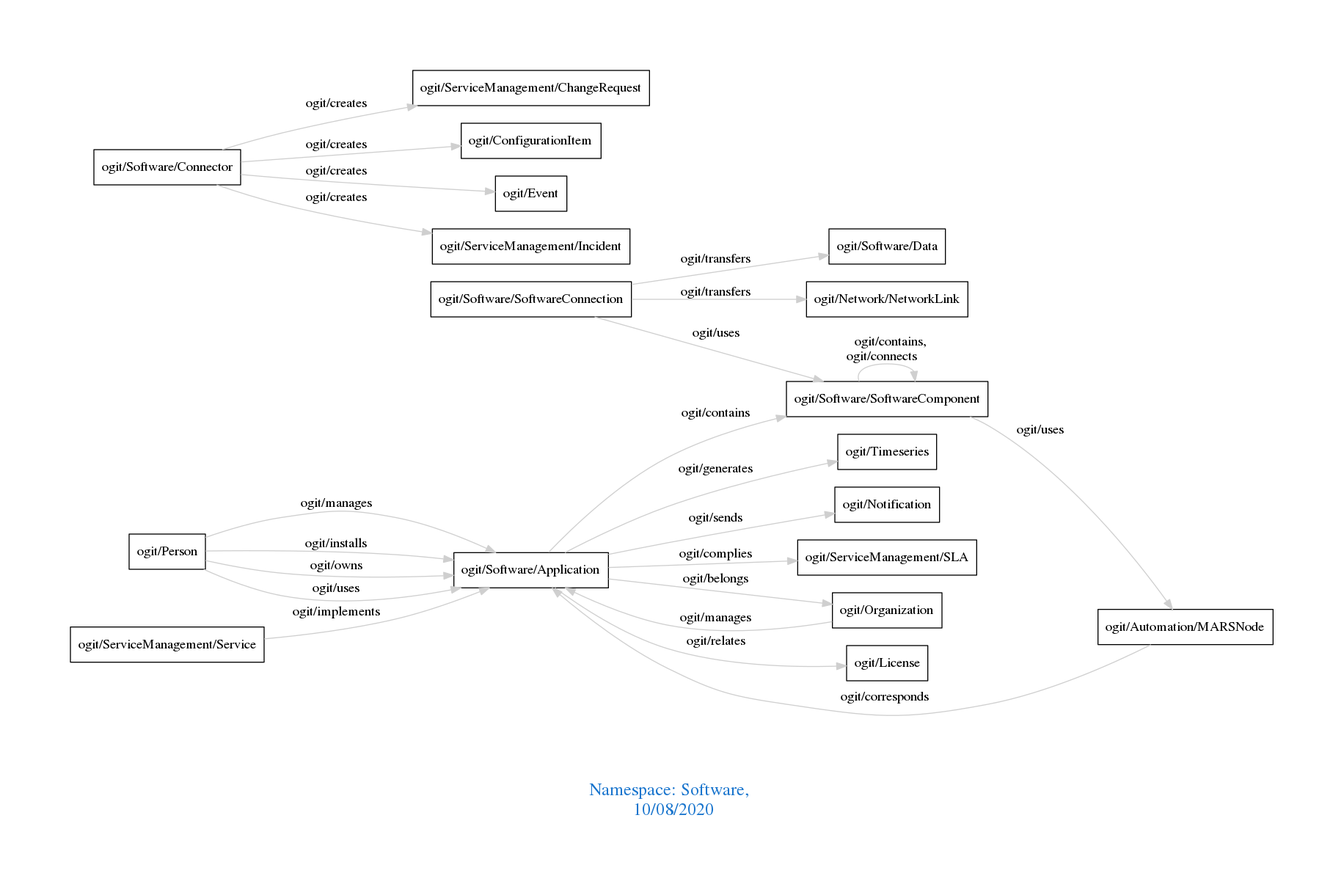
This is downloads/Software.png from arago/OGIT, a Graphviz export, as it was before one commit. Its source is kept beside it as downloads/Software.dot.
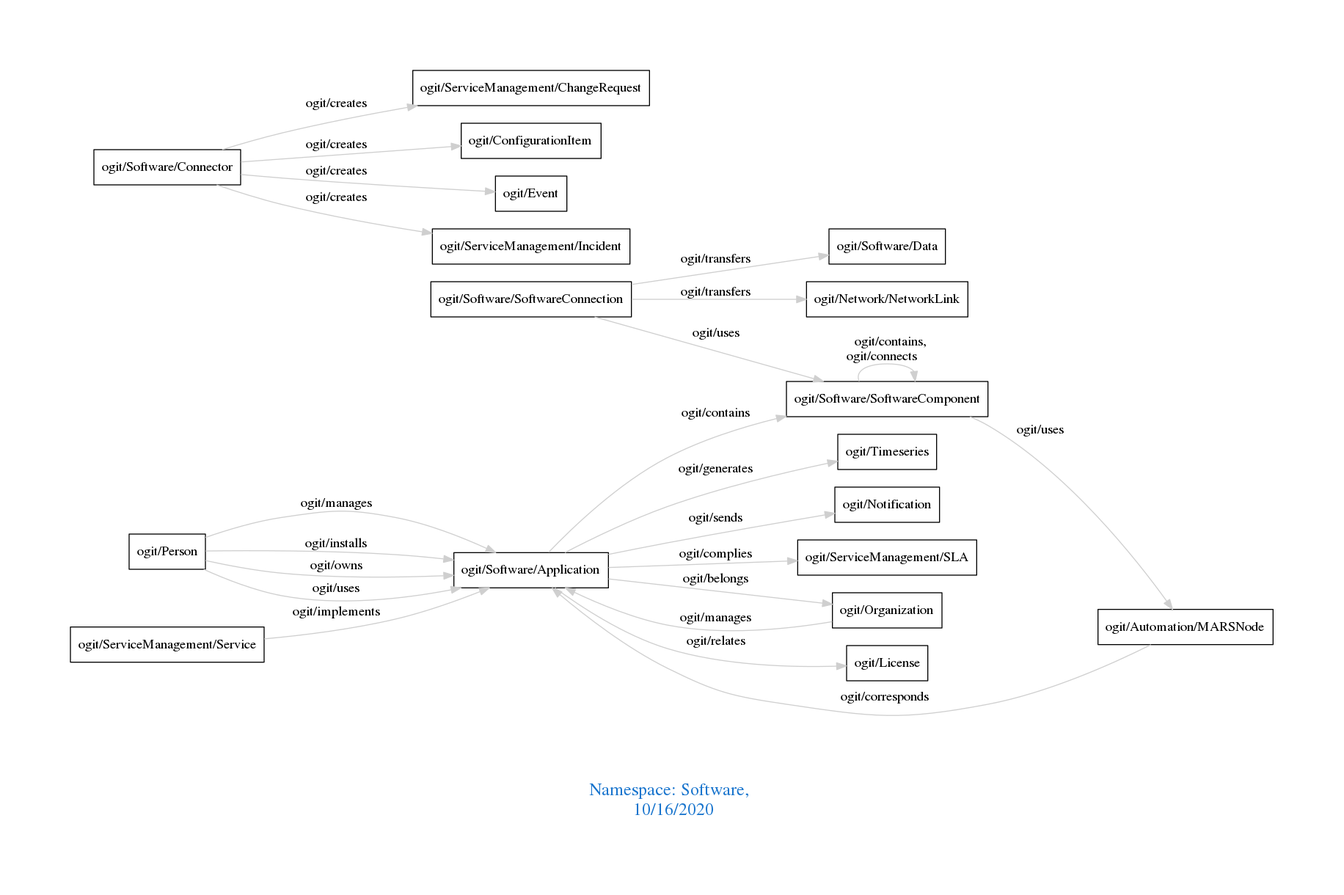
The same diagram one commit later.

Change to the diagram source:
```diff
@@ -1,7 +1,7 @@
 digraph OGIT_ontology {
  graph [ rankdir= LR,pad=1
 fontsize = 18,
-fontcolor= dodgerblue3,label = "\n\n\nNamespace: Software, \n 10/08/2020"];
+fontcolor= dodgerblue3,label = "\n\n\nNamespace: Software, \n 10/16/2020"];
 node[shape=polygon];
 edge [  color="gray81"];
 
```
